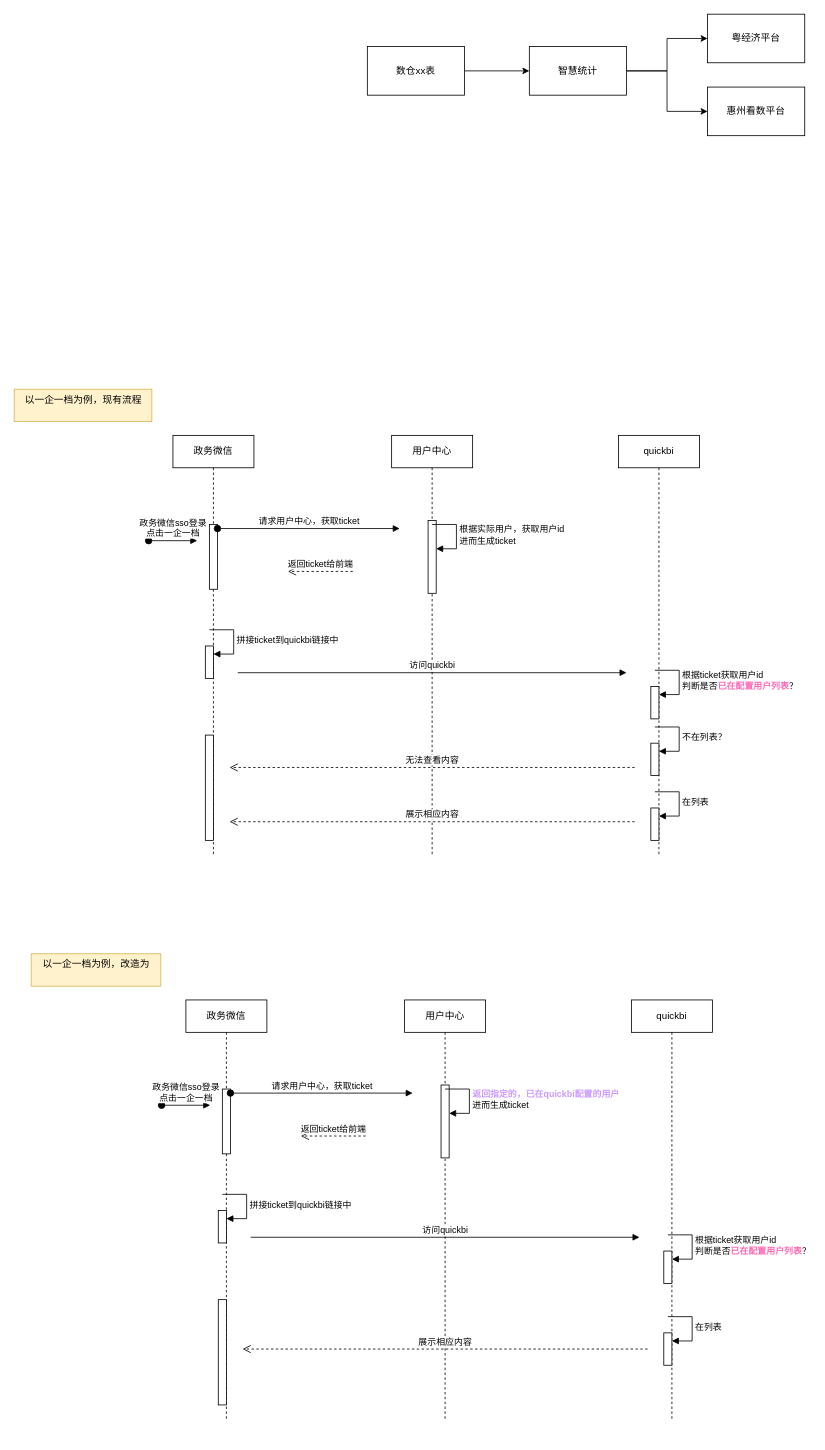
The draw.io diagram qh/未命名绘图.drawio in shaominghuiwhatsup/graph, before the edit. Source tidied: cells renumbered, new cells numbered last; positions are measured from the earlier drawing's top-left corner, leaving out a move shared by most shapes. Both pictures are drawn from the tidied source at 81%, with x=0, y=0 at pixel (14, 14).
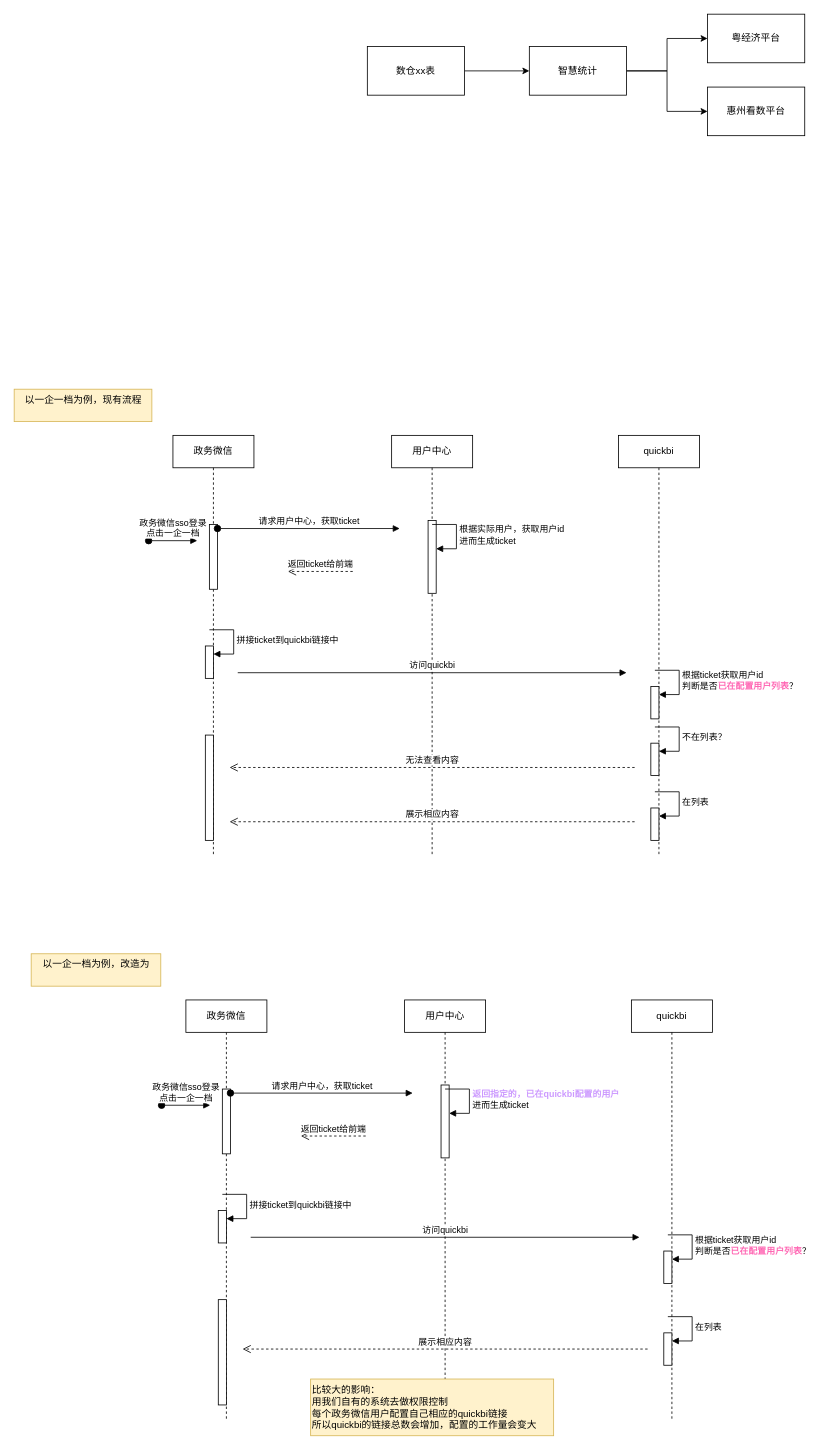
Above is the later version.

Commit message:
更新未命名绘图.drawio

Diff of the diagram source:
```diff
@@
+    <mxCell id="50" value="比较大的影响：&lt;div&gt;用我们自有的系统去做权限控制&lt;div&gt;每个政务微信用户配置自己相应的quickbi链接&lt;/div&gt;&lt;div&gt;所以quickbi的链接总数会增加，配置的工作量会变大&lt;/div&gt;&lt;/div&gt;" style="text;html=1;align=left;verticalAlign=middle;strokeColor=#d6b656;fillColor=#fff2cc;" parent="1" vertex="1">
+      <mxGeometry x="366" y="1685" width="300" height="70" as="geometry" />
+    </mxCell>
```
